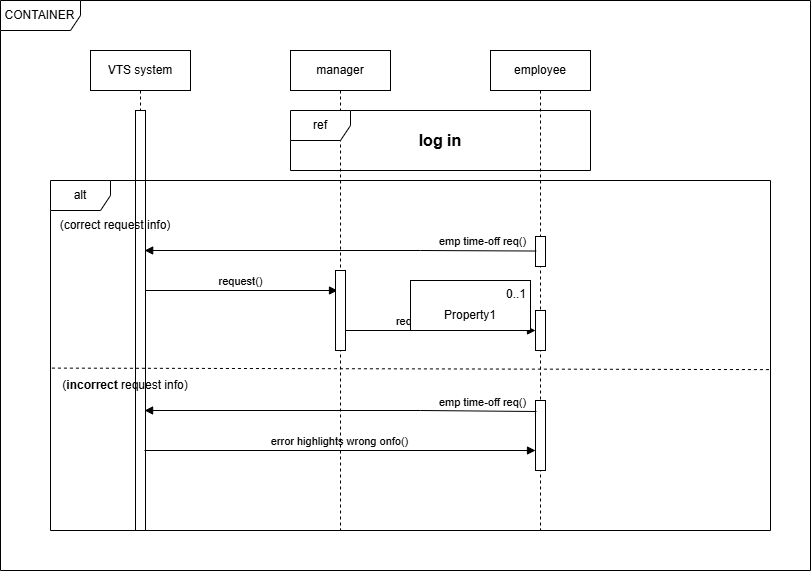
The draw.io diagram task1/manageTime_sequenceDiagram.drawio.png in zieadkh/Mentorship, before a commit. Source tidied: cells renumbered, new cells last; positions are measured from the earlier drawing's top-left corner, leaving out a move shared by most shapes.
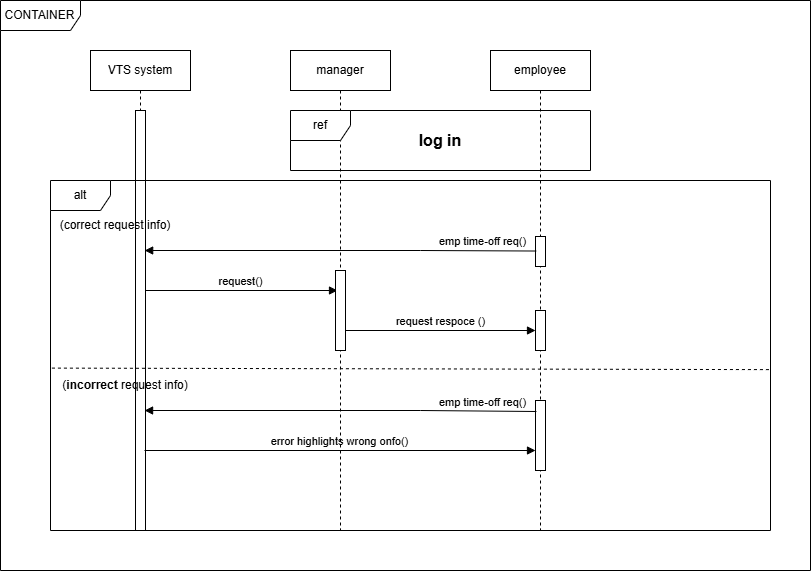
After the change.

Diff of the diagram source:
```diff
@@ -81,14 +81,6 @@
         </Array>
       </mxGeometry>
     </mxCell>
-    <mxCell id="21" value="0..1" style="align=right;verticalAlign=top;spacingRight=2;whiteSpace=wrap;html=1;labelBackgroundColor=none;" parent="1" vertex="1">
-      <mxGeometry x="410" y="280" width="120" height="50" as="geometry" />
-    </mxCell>
-    <mxCell id="22" value="Property1" style="text;html=1;strokeColor=none;fillColor=none;align=center;verticalAlign=middle;spacingLeft=4;spacingRight=4;overflow=hidden;whiteSpace=wrap;labelBackgroundColor=none;" parent="21" vertex="1">
-      <mxGeometry y="1" width="120" height="30" relative="1" as="geometry">
-        <mxPoint y="-30" as="offset" />
-      </mxGeometry>
-    </mxCell>
     <mxCell id="23" value="CONTAINER" style="shape=umlFrame;whiteSpace=wrap;html=1;width=80;height=30;labelBackgroundColor=none;" parent="1" vertex="1">
       <mxGeometry width="810" height="570" as="geometry" />
     </mxCell>
```
